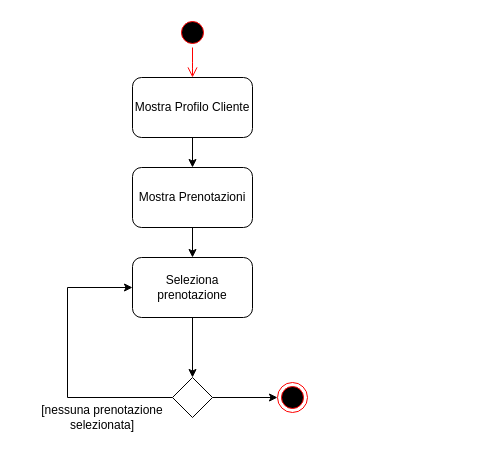
Above: Diagrammi_delle_attivita/Modificabili/diagramma_attivita_dettagli_prenotazione.drawio in fd-col/ProgettoIngegneriaDelSoftware (draw.io), before the change. Source tidied: cells renumbered, new cells numbered last; positions are measured from the earlier drawing's top-left corner, leaving out a move shared by most shapes. Both pictures are drawn from the tidied source at 100%, with x=0, y=0 at pixel (17, 17).
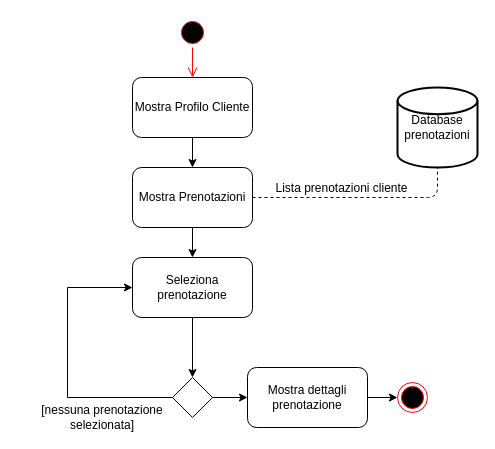
After the change.

The change refers to these unchanged cells:
```xml
<mxCell id="7" value="Mostra Prenotazioni" style="rounded=1;whiteSpace=wrap;html=1;" parent="1" vertex="1">
  <mxGeometry x="115" y="150" width="120" height="60" as="geometry" />
</mxCell>
<mxCell id="12" style="rhombus;whiteSpace=wrap;html=1;" parent="1" vertex="1">
  <mxGeometry x="155" y="360" width="40" height="40" as="geometry" />
</mxCell>
```

What changed in the source:
```diff
@@
-    <mxCell id="11" style="edgeStyle=orthogonalEdgeStyle;rounded=0;jettySize=auto;html=1;" parent="1" edge="1" source="12" target="14">
-      <mxGeometry relative="1" as="geometry" />
-    </mxCell>
+    <mxCell id="15" style="edgeStyle=orthogonalEdgeStyle;rounded=0;jettySize=auto;html=1;" parent="1" edge="1" source="12" target="18">
+      <mxGeometry relative="1" as="geometry" />
+    </mxCell>
@@
     <mxCell id="14" style="ellipse;html=1;shape=endState;fillColor=#000000;strokeColor=#ff0000;" parent="1" vertex="1">
-      <mxGeometry x="260" y="365" width="30" height="30" as="geometry" />
+      <mxGeometry x="380" y="365" width="30" height="30" as="geometry" />
     </mxCell>
+    <mxCell id="16" value="Database&lt;br&gt;prenotazioni" style="strokeWidth=2;html=1;shape=mxgraph.flowchart.database;whiteSpace=wrap;" parent="1" vertex="1">
+      <mxGeometry x="380" y="70" width="80" height="80" as="geometry" />
+    </mxCell>
+    <mxCell id="17" style="edgeStyle=orthogonalEdgeStyle;rounded=0;jettySize=auto;html=1;" parent="1" edge="1" source="18" target="14">
+      <mxGeometry relative="1" as="geometry" />
+    </mxCell>
+    <mxCell id="18" value="Mostra dettagli&lt;br&gt;prenotazione" style="rounded=1;whiteSpace=wrap;html=1;" parent="1" vertex="1">
+      <mxGeometry x="230" y="350" width="120" height="60" as="geometry" />
+    </mxCell>
+    <mxCell id="19" style="endArrow=none;dashed=1;html=1;entryX=0.5;entryY=1;entryDx=0;entryDy=0;entryPerimeter=0;exitX=1;exitY=0.5;exitDx=0;exitDy=0;" parent="1" edge="1" source="7" target="16">
+      <mxGeometry relative="1" as="geometry">
+        <Array as="points">
+          <mxPoint x="420" y="180" />
+        </Array>
+      </mxGeometry>
+    </mxCell>
+    <mxCell id="20" value="Lista prenotazioni cliente" style="text;html=1;strokeColor=none;fillColor=none;align=center;verticalAlign=middle;whiteSpace=wrap;rounded=0;" parent="1" vertex="1">
+      <mxGeometry x="257" y="166" width="135" height="10" as="geometry" />
+    </mxCell>
```
